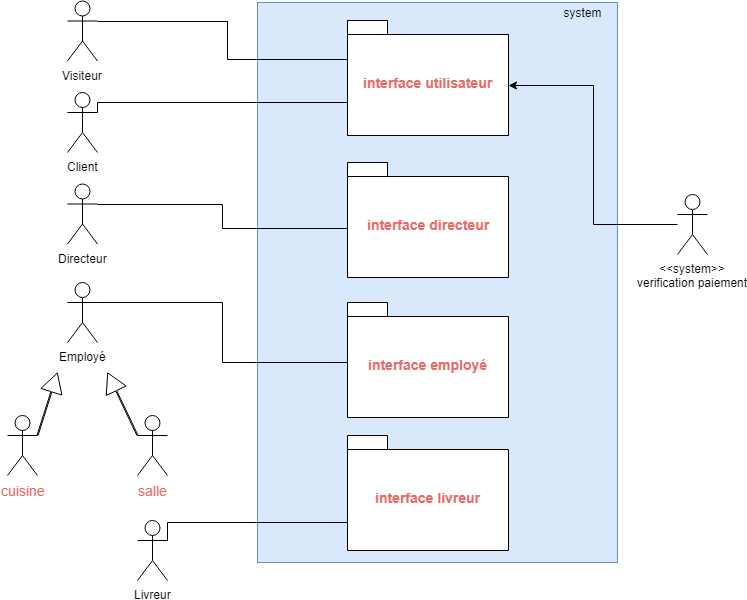
Earlier version of the draw.io export uml/package.png (Mcflan-7/P04_oc-pizza). Source tidied: cells renumbered, new cells last; positions are measured from the earlier drawing's top-left corner, leaving out a move shared by most shapes. Its diagram source:
```xml
<mxGraphModel>
  <root>
    <mxCell id="0" />
    <mxCell id="1" parent="0" />
    <mxCell id="2" style="rounded=0;whiteSpace=wrap;html=1;fillColor=#dae8fc;strokeColor=#6c8ebf;" parent="1" vertex="1">
      <mxGeometry x="250" y="2" width="360" height="560" as="geometry" />
    </mxCell>
    <mxCell id="3" value="system" style="text;html=1;strokeColor=none;fillColor=none;align=center;verticalAlign=middle;whiteSpace=wrap;rounded=0;" parent="1" vertex="1">
      <mxGeometry x="540" y="2" width="70" height="20" as="geometry" />
    </mxCell>
    <mxCell id="4" style="edgeStyle=orthogonalEdgeStyle;rounded=0;jettySize=auto;html=1;exitX=1;exitY=0.3333333333333333;exitDx=0;exitDy=0;exitPerimeter=0;entryX=0.311;entryY=0.713;entryDx=0;entryDy=0;entryPerimeter=0;" parent="1" edge="1" source="5" target="16">
      <mxGeometry relative="1" as="geometry">
        <Array as="points">
          <mxPoint x="90" y="102" />
        </Array>
      </mxGeometry>
    </mxCell>
    <mxCell id="5" value="Client&lt;br&gt;" style="shape=umlActor;verticalLabelPosition=bottom;labelBackgroundColor=#ffffff;verticalAlign=top;html=1;outlineConnect=0;" parent="1" vertex="1">
      <mxGeometry x="60" y="92" width="30" height="60" as="geometry" />
    </mxCell>
    <mxCell id="6" style="edgeStyle=orthogonalEdgeStyle;rounded=0;jettySize=auto;html=1;exitX=1;exitY=0.3333333333333333;exitDx=0;exitDy=0;exitPerimeter=0;entryX=0.124;entryY=0.574;entryDx=0;entryDy=0;entryPerimeter=0;" parent="1" edge="1" source="7" target="17">
      <mxGeometry relative="1" as="geometry" />
    </mxCell>
    <mxCell id="7" value="Directeur" style="shape=umlActor;verticalLabelPosition=bottom;labelBackgroundColor=#ffffff;verticalAlign=top;html=1;outlineConnect=0;" parent="1" vertex="1">
      <mxGeometry x="60" y="183.5" width="30" height="60" as="geometry" />
    </mxCell>
    <mxCell id="8" style="edgeStyle=orthogonalEdgeStyle;rounded=0;jettySize=auto;html=1;exitX=1;exitY=0.3333333333333333;exitDx=0;exitDy=0;exitPerimeter=0;entryX=0.186;entryY=0.957;entryDx=0;entryDy=0;entryPerimeter=0;" parent="1" edge="1" source="9" target="18">
      <mxGeometry relative="1" as="geometry">
        <Array as="points">
          <mxPoint x="215" y="302" />
          <mxPoint x="215" y="362" />
          <mxPoint x="370" y="362" />
        </Array>
      </mxGeometry>
    </mxCell>
    <mxCell id="9" value="Employé" style="shape=umlActor;verticalLabelPosition=bottom;labelBackgroundColor=#ffffff;verticalAlign=top;html=1;outlineConnect=0;" parent="1" vertex="1">
      <mxGeometry x="60" y="282" width="30" height="60" as="geometry" />
    </mxCell>
    <mxCell id="10" style="edgeStyle=orthogonalEdgeStyle;rounded=0;jettySize=auto;html=1;entryX=0;entryY=0;entryDx=161;entryDy=64.5;entryPerimeter=0;fontSize=39;fontColor=#EA6B66;" parent="1" edge="1" source="11" target="16">
      <mxGeometry relative="1" as="geometry" />
    </mxCell>
    <mxCell id="11" value="&amp;lt;&amp;lt;system&amp;gt;&amp;gt;&lt;br&gt;verification paiement&lt;br&gt;" style="shape=umlActor;verticalLabelPosition=bottom;labelBackgroundColor=#ffffff;verticalAlign=top;html=1;outlineConnect=0;" parent="1" vertex="1">
      <mxGeometry x="670" y="194" width="30" height="60" as="geometry" />
    </mxCell>
    <mxCell id="12" style="edgeStyle=orthogonalEdgeStyle;rounded=0;jettySize=auto;html=1;exitX=1;exitY=0.3333333333333333;exitDx=0;exitDy=0;exitPerimeter=0;entryX=0.932;entryY=0.626;entryDx=0;entryDy=0;entryPerimeter=0;" parent="1" edge="1" source="13" target="19">
      <mxGeometry relative="1" as="geometry">
        <Array as="points">
          <mxPoint x="490" y="522" />
        </Array>
      </mxGeometry>
    </mxCell>
    <mxCell id="13" value="Livreur&lt;br&gt;" style="shape=umlActor;verticalLabelPosition=bottom;labelBackgroundColor=#ffffff;verticalAlign=top;html=1;outlineConnect=0;" parent="1" vertex="1">
      <mxGeometry x="130" y="520" width="30" height="60" as="geometry" />
    </mxCell>
    <mxCell id="14" value="salle" style="shape=umlActor;verticalLabelPosition=bottom;labelBackgroundColor=#ffffff;verticalAlign=top;html=1;outlineConnect=0;rounded=0;shadow=0;strokeWidth=1;fontSize=14;fontColor=#EA6B66;" parent="1" vertex="1">
      <mxGeometry x="130" y="415" width="30" height="60" as="geometry" />
    </mxCell>
    <mxCell id="15" value="cuisine" style="shape=umlActor;verticalLabelPosition=bottom;labelBackgroundColor=#ffffff;verticalAlign=top;html=1;outlineConnect=0;rounded=0;shadow=0;strokeWidth=1;fontSize=14;fontColor=#EA6B66;" parent="1" vertex="1">
      <mxGeometry y="415" width="30" height="60" as="geometry" />
    </mxCell>
    <mxCell id="16" value="&lt;span style=&quot;font-size: 14px&quot;&gt;interface utilisateur&lt;br style=&quot;font-size: 14px&quot;&gt;&lt;/span&gt;" style="shape=folder;fontStyle=1;spacingTop=10;tabWidth=40;tabHeight=14;tabPosition=left;html=1;rounded=0;shadow=0;strokeWidth=1;fontSize=14;fontColor=#EA6B66;" parent="1" vertex="1">
      <mxGeometry x="340" y="20" width="161" height="115" as="geometry" />
    </mxCell>
    <mxCell id="17" value="&lt;font style=&quot;font-size: 14px&quot;&gt;interface directeur&lt;br style=&quot;font-size: 14px&quot;&gt;&lt;/font&gt;" style="shape=folder;fontStyle=1;spacingTop=10;tabWidth=40;tabHeight=14;tabPosition=left;html=1;rounded=0;shadow=0;strokeWidth=1;fontSize=14;fontColor=#EA6B66;" parent="1" vertex="1">
      <mxGeometry x="340" y="162" width="161" height="115" as="geometry" />
    </mxCell>
    <mxCell id="18" value="&lt;font style=&quot;font-size: 14px;&quot;&gt;interface employé&lt;/font&gt;" style="shape=folder;fontStyle=1;spacingTop=10;tabWidth=40;tabHeight=14;tabPosition=left;html=1;rounded=0;shadow=0;strokeWidth=1;fontSize=14;fontColor=#EA6B66;" parent="1" vertex="1">
      <mxGeometry x="340" y="302" width="161" height="115" as="geometry" />
    </mxCell>
    <mxCell id="19" value="&lt;font style=&quot;font-size: 14px&quot;&gt;interface livreur&lt;br&gt;&lt;/font&gt;" style="shape=folder;fontStyle=1;spacingTop=10;tabWidth=40;tabHeight=14;tabPosition=left;html=1;rounded=0;shadow=0;strokeWidth=1;fontSize=14;fontColor=#EA6B66;" parent="1" vertex="1">
      <mxGeometry x="340" y="435" width="161" height="115" as="geometry" />
    </mxCell>
    <mxCell id="20" style="edgeStyle=orthogonalEdgeStyle;rounded=0;jettySize=auto;html=1;exitX=1;exitY=0.3333333333333333;exitDx=0;exitDy=0;exitPerimeter=0;" parent="1" edge="1" source="21">
      <mxGeometry relative="1" as="geometry">
        <mxPoint x="350" y="59" as="targetPoint" />
      </mxGeometry>
    </mxCell>
    <mxCell id="21" value="Visiteur&lt;br&gt;" style="shape=umlActor;verticalLabelPosition=bottom;labelBackgroundColor=#ffffff;verticalAlign=top;html=1;outlineConnect=0;" parent="1" vertex="1">
      <mxGeometry x="60" y="0.5" width="30" height="60" as="geometry" />
    </mxCell>
    <mxCell id="22" style="shape=flexArrow;endArrow=classic;html=1;width=1;endSize=6.23;exitX=1;exitY=0.3333333333333333;exitDx=0;exitDy=0;exitPerimeter=0;" parent="1" edge="1" source="15">
      <mxGeometry relative="1" as="geometry">
        <mxPoint x="50" y="372" as="targetPoint" />
      </mxGeometry>
    </mxCell>
    <mxCell id="23" style="shape=flexArrow;endArrow=classic;html=1;width=1;endSize=6.23;exitX=0;exitY=0.3333333333333333;exitDx=0;exitDy=0;exitPerimeter=0;" parent="1" edge="1" source="14">
      <mxGeometry relative="1" as="geometry">
        <mxPoint x="100" y="372" as="targetPoint" />
      </mxGeometry>
    </mxCell>
    <mxCell id="24" value="&lt;span style=&quot;font-size: 14px&quot;&gt;interface utilisateur&lt;br style=&quot;font-size: 14px&quot;&gt;&lt;/span&gt;" style="shape=folder;fontStyle=1;spacingTop=10;tabWidth=40;tabHeight=14;tabPosition=left;html=1;rounded=0;shadow=0;strokeWidth=1;fontSize=14;fontColor=#EA6B66;" parent="1" vertex="1">
      <mxGeometry x="340" y="20" width="161" height="115" as="geometry" />
    </mxCell>
  </root>
</mxGraphModel>
```
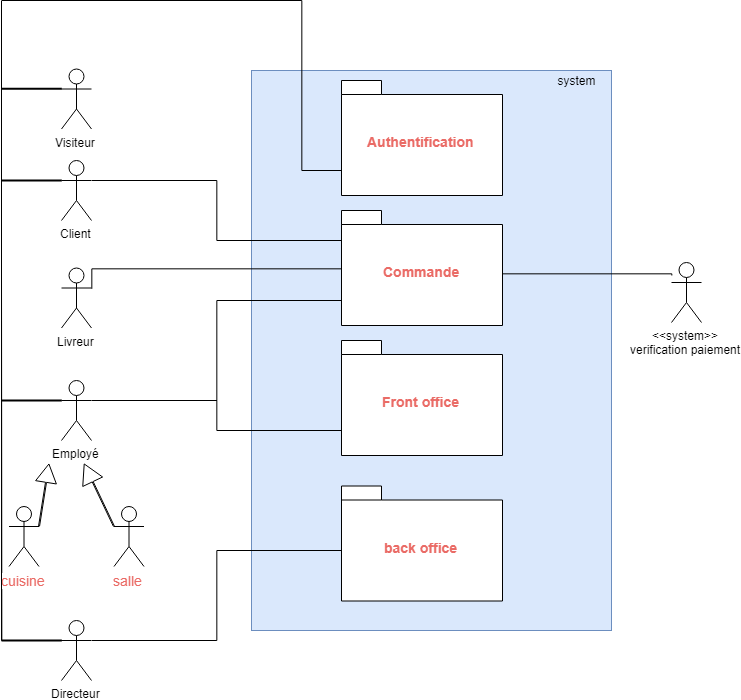
The same file after the commit.

What changed in the source:
```diff
@@ -8,88 +8,130 @@
     <mxCell id="3" value="system" style="text;html=1;strokeColor=none;fillColor=none;align=center;verticalAlign=middle;whiteSpace=wrap;rounded=0;" parent="1" vertex="1">
       <mxGeometry x="540" y="2" width="70" height="20" as="geometry" />
     </mxCell>
-    <mxCell id="4" style="edgeStyle=orthogonalEdgeStyle;rounded=0;jettySize=auto;html=1;exitX=1;exitY=0.3333333333333333;exitDx=0;exitDy=0;exitPerimeter=0;entryX=0.311;entryY=0.713;entryDx=0;entryDy=0;entryPerimeter=0;" parent="1" edge="1" source="5" target="16">
-      <mxGeometry relative="1" as="geometry">
-        <Array as="points">
-          <mxPoint x="90" y="102" />
-        </Array>
-      </mxGeometry>
-    </mxCell>
+    <mxCell id="25" style="edgeStyle=orthogonalEdgeStyle;rounded=0;jettySize=auto;html=1;exitX=0;exitY=0.3333333333333333;exitDx=0;exitDy=0;exitPerimeter=0;endArrow=none;endFill=0;strokeWidth=2;" parent="1" edge="1" source="5">
+      <mxGeometry relative="1" as="geometry">
+        <mxPoint y="112" as="targetPoint" />
+      </mxGeometry>
+    </mxCell>
+    <mxCell id="26" style="edgeStyle=orthogonalEdgeStyle;rounded=0;jettySize=auto;html=1;exitX=1;exitY=0.3333333333333333;exitDx=0;exitDy=0;exitPerimeter=0;entryX=0;entryY=0;entryDx=0;entryDy=14;entryPerimeter=0;endArrow=none;endFill=0;" parent="1" edge="1" source="5" target="17">
+      <mxGeometry relative="1" as="geometry">
+        <Array as="points">
+          <mxPoint x="215" y="112" />
+          <mxPoint x="215" y="172" />
+          <mxPoint x="340" y="172" />
+        </Array>
+      </mxGeometry>
+    </mxCell>
     <mxCell id="5" value="Client&lt;br&gt;" style="shape=umlActor;verticalLabelPosition=bottom;labelBackgroundColor=#ffffff;verticalAlign=top;html=1;outlineConnect=0;" parent="1" vertex="1">
       <mxGeometry x="60" y="92" width="30" height="60" as="geometry" />
     </mxCell>
-    <mxCell id="6" style="edgeStyle=orthogonalEdgeStyle;rounded=0;jettySize=auto;html=1;exitX=1;exitY=0.3333333333333333;exitDx=0;exitDy=0;exitPerimeter=0;entryX=0.124;entryY=0.574;entryDx=0;entryDy=0;entryPerimeter=0;" parent="1" edge="1" source="7" target="17">
-      <mxGeometry relative="1" as="geometry" />
-    </mxCell>
+    <mxCell id="27" style="edgeStyle=orthogonalEdgeStyle;rounded=0;jettySize=auto;html=1;exitX=0;exitY=0.3333333333333333;exitDx=0;exitDy=0;exitPerimeter=0;endArrow=none;endFill=0;" parent="1" edge="1" source="7">
+      <mxGeometry relative="1" as="geometry">
+        <mxPoint y="204" as="targetPoint" />
+      </mxGeometry>
+    </mxCell>
+    <mxCell id="28" style="edgeStyle=orthogonalEdgeStyle;rounded=0;jettySize=auto;html=1;exitX=1;exitY=0.3333333333333333;exitDx=0;exitDy=0;exitPerimeter=0;entryX=0;entryY=0;entryDx=0;entryDy=64.5;entryPerimeter=0;endArrow=none;endFill=0;" parent="1" edge="1" source="7" target="19">
+      <mxGeometry relative="1" as="geometry" />
+    </mxCell>
+    <mxCell id="29" style="edgeStyle=orthogonalEdgeStyle;rounded=0;jettySize=auto;html=1;exitX=0;exitY=0.3333333333333333;exitDx=0;exitDy=0;exitPerimeter=0;endArrow=none;endFill=0;strokeWidth=2;" parent="1" edge="1" source="7">
+      <mxGeometry relative="1" as="geometry">
+        <mxPoint y="572" as="targetPoint" />
+      </mxGeometry>
+    </mxCell>
     <mxCell id="7" value="Directeur" style="shape=umlActor;verticalLabelPosition=bottom;labelBackgroundColor=#ffffff;verticalAlign=top;html=1;outlineConnect=0;" parent="1" vertex="1">
-      <mxGeometry x="60" y="183.5" width="30" height="60" as="geometry" />
+      <mxGeometry x="60" y="552" width="30" height="60" as="geometry" />
     </mxCell>
+    <mxCell id="30" style="edgeStyle=orthogonalEdgeStyle;rounded=0;jettySize=auto;html=1;exitX=0;exitY=0.3333333333333333;exitDx=0;exitDy=0;exitPerimeter=0;endArrow=none;endFill=0;strokeWidth=2;" parent="1" edge="1" source="9">
+      <mxGeometry relative="1" as="geometry">
+        <mxPoint y="332" as="targetPoint" />
+      </mxGeometry>
+    </mxCell>
+    <mxCell id="31" style="edgeStyle=orthogonalEdgeStyle;rounded=0;jettySize=auto;html=1;exitX=1;exitY=0.3333333333333333;exitDx=0;exitDy=0;exitPerimeter=0;entryX=0;entryY=0;entryDx=0;entryDy=89.75;entryPerimeter=0;endArrow=none;endFill=0;" parent="1" edge="1" source="9" target="17">
+      <mxGeometry relative="1" as="geometry" />
+    </mxCell>
-    <mxCell id="8" style="edgeStyle=orthogonalEdgeStyle;rounded=0;jettySize=auto;html=1;exitX=1;exitY=0.3333333333333333;exitDx=0;exitDy=0;exitPerimeter=0;entryX=0.186;entryY=0.957;entryDx=0;entryDy=0;entryPerimeter=0;" parent="1" edge="1" source="9" target="18">
-      <mxGeometry relative="1" as="geometry">
-        <Array as="points">
-          <mxPoint x="215" y="302" />
-          <mxPoint x="215" y="362" />
-          <mxPoint x="370" y="362" />
-        </Array>
-      </mxGeometry>
+    <mxCell id="8" style="edgeStyle=orthogonalEdgeStyle;rounded=0;jettySize=auto;html=1;exitX=1;exitY=0.3333333333333333;exitDx=0;exitDy=0;exitPerimeter=0;entryX=0;entryY=0;entryDx=0;entryDy=89.75;entryPerimeter=0;endArrow=none;endFill=0;" parent="1" edge="1" source="9" target="18">
+      <mxGeometry relative="1" as="geometry" />
     </mxCell>
     <mxCell id="9" value="Employé" style="shape=umlActor;verticalLabelPosition=bottom;labelBackgroundColor=#ffffff;verticalAlign=top;html=1;outlineConnect=0;" parent="1" vertex="1">
-      <mxGeometry x="60" y="282" width="30" height="60" as="geometry" />
+      <mxGeometry x="60" y="312" width="30" height="60" as="geometry" />
     </mxCell>
-    <mxCell id="10" style="edgeStyle=orthogonalEdgeStyle;rounded=0;jettySize=auto;html=1;entryX=0;entryY=0;entryDx=161;entryDy=64.5;entryPerimeter=0;fontSize=39;fontColor=#EA6B66;" parent="1" edge="1" source="11" target="16">
-      <mxGeometry relative="1" as="geometry" />
-    </mxCell>
+    <mxCell id="32" style="edgeStyle=orthogonalEdgeStyle;rounded=0;orthogonalLoop=1;jettySize=auto;html=1;exitX=0;exitY=0.3333333333333333;exitDx=0;exitDy=0;exitPerimeter=0;entryX=0;entryY=0;entryDx=161;entryDy=64.5;entryPerimeter=0;endArrow=none;endFill=0;" parent="1" edge="1">
+      <mxGeometry relative="1" as="geometry">
+        <mxPoint x="670" y="207.2" as="sourcePoint" />
+        <mxPoint x="500.8" y="199.7" as="targetPoint" />
+        <Array as="points">
+          <mxPoint x="670" y="206" />
+          <mxPoint x="501" y="206" />
+        </Array>
+      </mxGeometry>
+    </mxCell>
     <mxCell id="11" value="&amp;lt;&amp;lt;system&amp;gt;&amp;gt;&lt;br&gt;verification paiement&lt;br&gt;" style="shape=umlActor;verticalLabelPosition=bottom;labelBackgroundColor=#ffffff;verticalAlign=top;html=1;outlineConnect=0;" parent="1" vertex="1">
       <mxGeometry x="670" y="194" width="30" height="60" as="geometry" />
     </mxCell>
-    <mxCell id="12" style="edgeStyle=orthogonalEdgeStyle;rounded=0;jettySize=auto;html=1;exitX=1;exitY=0.3333333333333333;exitDx=0;exitDy=0;exitPerimeter=0;entryX=0.932;entryY=0.626;entryDx=0;entryDy=0;entryPerimeter=0;" parent="1" edge="1" source="13" target="19">
-      <mxGeometry relative="1" as="geometry">
-        <Array as="points">
-          <mxPoint x="490" y="522" />
-        </Array>
-      </mxGeometry>
-    </mxCell>
+    <mxCell id="33" style="edgeStyle=orthogonalEdgeStyle;rounded=0;jettySize=auto;html=1;exitX=1;exitY=0.3333333333333333;exitDx=0;exitDy=0;exitPerimeter=0;entryX=0;entryY=0;entryDx=0;entryDy=64.5;entryPerimeter=0;endArrow=none;endFill=0;" parent="1" edge="1" source="13" target="17">
+      <mxGeometry relative="1" as="geometry">
+        <Array as="points">
+          <mxPoint x="90" y="200" />
+          <mxPoint x="340" y="200" />
+        </Array>
+      </mxGeometry>
+    </mxCell>
     <mxCell id="13" value="Livreur&lt;br&gt;" style="shape=umlActor;verticalLabelPosition=bottom;labelBackgroundColor=#ffffff;verticalAlign=top;html=1;outlineConnect=0;" parent="1" vertex="1">
-      <mxGeometry x="130" y="520" width="30" height="60" as="geometry" />
+      <mxGeometry x="60" y="199.5" width="30" height="60" as="geometry" />
     </mxCell>
     <mxCell id="14" value="salle" style="shape=umlActor;verticalLabelPosition=bottom;labelBackgroundColor=#ffffff;verticalAlign=top;html=1;outlineConnect=0;rounded=0;shadow=0;strokeWidth=1;fontSize=14;fontColor=#EA6B66;" parent="1" vertex="1">
-      <mxGeometry x="130" y="415" width="30" height="60" as="geometry" />
+      <mxGeometry x="112.5" y="438" width="30" height="60" as="geometry" />
     </mxCell>
     <mxCell id="15" value="cuisine" style="shape=umlActor;verticalLabelPosition=bottom;labelBackgroundColor=#ffffff;verticalAlign=top;html=1;outlineConnect=0;rounded=0;shadow=0;strokeWidth=1;fontSize=14;fontColor=#EA6B66;" parent="1" vertex="1">
-      <mxGeometry y="415" width="30" height="60" as="geometry" />
+      <mxGeometry x="7.5" y="438" width="30" height="60" as="geometry" />
     </mxCell>
-    <mxCell id="16" value="&lt;span style=&quot;font-size: 14px&quot;&gt;interface utilisateur&lt;br style=&quot;font-size: 14px&quot;&gt;&lt;/span&gt;" style="shape=folder;fontStyle=1;spacingTop=10;tabWidth=40;tabHeight=14;tabPosition=left;html=1;rounded=0;shadow=0;strokeWidth=1;fontSize=14;fontColor=#EA6B66;" parent="1" vertex="1">
-      <mxGeometry x="340" y="20" width="161" height="115" as="geometry" />
-    </mxCell>
-    <mxCell id="17" value="&lt;font style=&quot;font-size: 14px&quot;&gt;interface directeur&lt;br style=&quot;font-size: 14px&quot;&gt;&lt;/font&gt;" style="shape=folder;fontStyle=1;spacingTop=10;tabWidth=40;tabHeight=14;tabPosition=left;html=1;rounded=0;shadow=0;strokeWidth=1;fontSize=14;fontColor=#EA6B66;" parent="1" vertex="1">
-      <mxGeometry x="340" y="162" width="161" height="115" as="geometry" />
+    <mxCell id="17" value="&lt;font style=&quot;font-size: 14px&quot;&gt;Commande&lt;br style=&quot;font-size: 14px&quot;&gt;&lt;/font&gt;" style="shape=folder;fontStyle=1;spacingTop=10;tabWidth=40;tabHeight=14;tabPosition=left;html=1;rounded=0;shadow=0;strokeWidth=1;fontSize=14;fontColor=#EA6B66;" parent="1" vertex="1">
+      <mxGeometry x="340" y="142" width="161" height="115" as="geometry" />
     </mxCell>
-    <mxCell id="18" value="&lt;font style=&quot;font-size: 14px;&quot;&gt;interface employé&lt;/font&gt;" style="shape=folder;fontStyle=1;spacingTop=10;tabWidth=40;tabHeight=14;tabPosition=left;html=1;rounded=0;shadow=0;strokeWidth=1;fontSize=14;fontColor=#EA6B66;" parent="1" vertex="1">
-      <mxGeometry x="340" y="302" width="161" height="115" as="geometry" />
+    <mxCell id="18" value="&lt;font style=&quot;font-size: 14px&quot;&gt;Front office&lt;/font&gt;" style="shape=folder;fontStyle=1;spacingTop=10;tabWidth=40;tabHeight=14;tabPosition=left;html=1;rounded=0;shadow=0;strokeWidth=1;fontSize=14;fontColor=#EA6B66;" parent="1" vertex="1">
+      <mxGeometry x="340" y="272" width="161" height="115" as="geometry" />
     </mxCell>
-    <mxCell id="19" value="&lt;font style=&quot;font-size: 14px&quot;&gt;interface livreur&lt;br&gt;&lt;/font&gt;" style="shape=folder;fontStyle=1;spacingTop=10;tabWidth=40;tabHeight=14;tabPosition=left;html=1;rounded=0;shadow=0;strokeWidth=1;fontSize=14;fontColor=#EA6B66;" parent="1" vertex="1">
-      <mxGeometry x="340" y="435" width="161" height="115" as="geometry" />
+    <mxCell id="19" value="&lt;font style=&quot;font-size: 14px&quot;&gt;back office&lt;br&gt;&lt;/font&gt;" style="shape=folder;fontStyle=1;spacingTop=10;tabWidth=40;tabHeight=14;tabPosition=left;html=1;rounded=0;shadow=0;strokeWidth=1;fontSize=14;fontColor=#EA6B66;" parent="1" vertex="1">
+      <mxGeometry x="340" y="417.5" width="161" height="115" as="geometry" />
     </mxCell>
-    <mxCell id="20" style="edgeStyle=orthogonalEdgeStyle;rounded=0;jettySize=auto;html=1;exitX=1;exitY=0.3333333333333333;exitDx=0;exitDy=0;exitPerimeter=0;" parent="1" edge="1" source="21">
-      <mxGeometry relative="1" as="geometry">
-        <mxPoint x="350" y="59" as="targetPoint" />
-      </mxGeometry>
-    </mxCell>
+    <mxCell id="34" style="edgeStyle=orthogonalEdgeStyle;rounded=0;jettySize=auto;html=1;exitX=0;exitY=0.3333333333333333;exitDx=0;exitDy=0;exitPerimeter=0;endArrow=none;endFill=0;strokeWidth=2;" parent="1" edge="1" source="21">
+      <mxGeometry relative="1" as="geometry">
+        <mxPoint y="20.3" as="targetPoint" />
+        <Array as="points">
+          <mxPoint x="60" y="20" />
+        </Array>
+      </mxGeometry>
+    </mxCell>
     <mxCell id="21" value="Visiteur&lt;br&gt;" style="shape=umlActor;verticalLabelPosition=bottom;labelBackgroundColor=#ffffff;verticalAlign=top;html=1;outlineConnect=0;" parent="1" vertex="1">
       <mxGeometry x="60" y="0.5" width="30" height="60" as="geometry" />
     </mxCell>
-    <mxCell id="22" style="shape=flexArrow;endArrow=classic;html=1;width=1;endSize=6.23;exitX=1;exitY=0.3333333333333333;exitDx=0;exitDy=0;exitPerimeter=0;" parent="1" edge="1" source="15">
+    <mxCell id="22" style="shape=flexArrow;endArrow=classic;html=1;width=1;endSize=5.85;exitX=1;exitY=0.3333333333333333;exitDx=0;exitDy=0;exitPerimeter=0;endWidth=19;" parent="1" edge="1" source="15">
       <mxGeometry relative="1" as="geometry">
-        <mxPoint x="50" y="372" as="targetPoint" />
+        <mxPoint x="47.5" y="395" as="targetPoint" />
       </mxGeometry>
     </mxCell>
     <mxCell id="23" style="shape=flexArrow;endArrow=classic;html=1;width=1;endSize=6.23;exitX=0;exitY=0.3333333333333333;exitDx=0;exitDy=0;exitPerimeter=0;" parent="1" edge="1" source="14">
       <mxGeometry relative="1" as="geometry">
-        <mxPoint x="100" y="372" as="targetPoint" />
+        <mxPoint x="82.5" y="395" as="targetPoint" />
       </mxGeometry>
     </mxCell>
+    <mxCell id="35" style="edgeStyle=orthogonalEdgeStyle;rounded=0;jettySize=auto;html=1;endArrow=none;endFill=0;exitX=0;exitY=0;exitDx=0;exitDy=89.75;exitPerimeter=0;" parent="1" edge="1" source="24">
+      <mxGeometry relative="1" as="geometry">
+        <mxPoint y="-68" as="targetPoint" />
+        <Array as="points">
+          <mxPoint x="300" y="102" />
+          <mxPoint x="300" y="-68" />
+        </Array>
+      </mxGeometry>
+    </mxCell>
-    <mxCell id="24" value="&lt;span style=&quot;font-size: 14px&quot;&gt;interface utilisateur&lt;br style=&quot;font-size: 14px&quot;&gt;&lt;/span&gt;" style="shape=folder;fontStyle=1;spacingTop=10;tabWidth=40;tabHeight=14;tabPosition=left;html=1;rounded=0;shadow=0;strokeWidth=1;fontSize=14;fontColor=#EA6B66;" parent="1" vertex="1">
-      <mxGeometry x="340" y="20" width="161" height="115" as="geometry" />
+    <mxCell id="24" value="&lt;span style=&quot;font-size: 14px&quot;&gt;Authentification&lt;br style=&quot;font-size: 14px&quot;&gt;&lt;/span&gt;" style="shape=folder;fontStyle=1;spacingTop=10;tabWidth=40;tabHeight=14;tabPosition=left;html=1;rounded=0;shadow=0;strokeWidth=1;fontSize=14;fontColor=#EA6B66;" parent="1" vertex="1">
+      <mxGeometry x="340" y="12" width="161" height="115" as="geometry" />
     </mxCell>
+    <mxCell id="36" style="endArrow=none;html=1;" parent="1" edge="1">
+      <mxGeometry relative="1" as="geometry">
+        <mxPoint y="572" as="sourcePoint" />
+        <mxPoint y="-68" as="targetPoint" />
+      </mxGeometry>
+    </mxCell>
   </root>
 </mxGraphModel>
```
